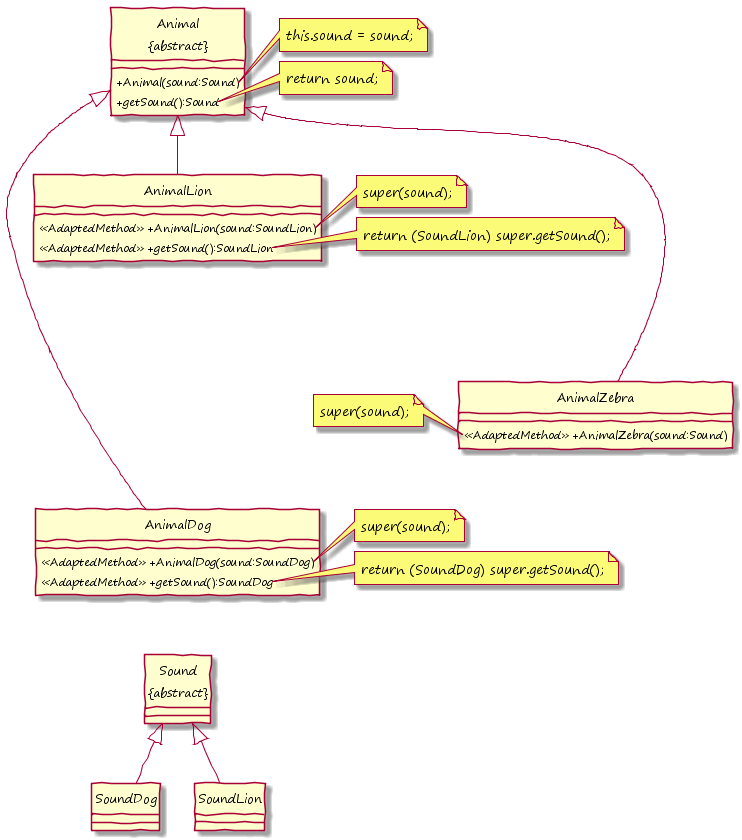
Above: images/PlantUML_Modification_Type_Out.png in KirstenZa/xtend-etai (PlantUML), before the change.
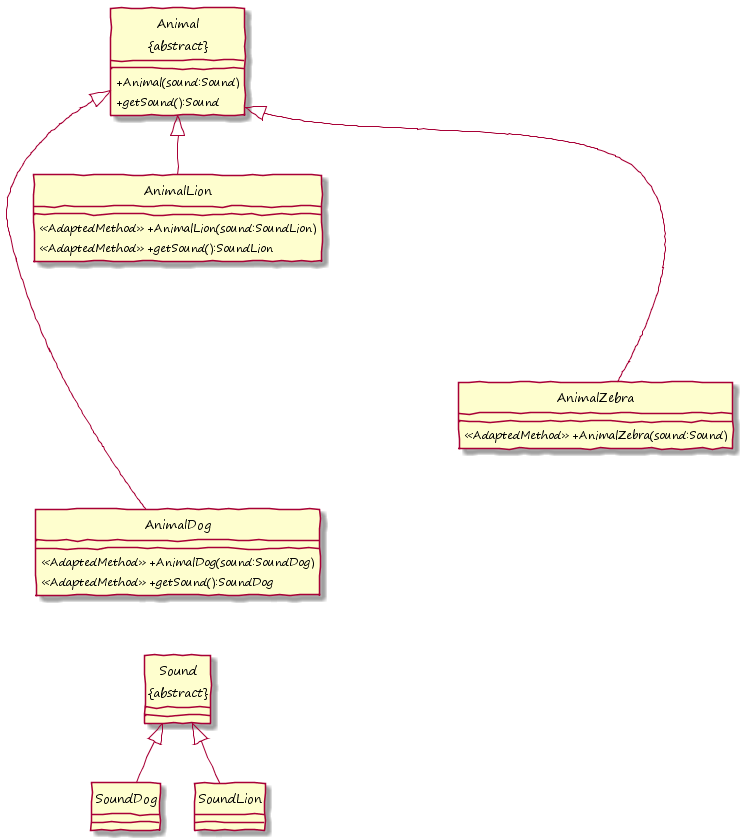
Later version of the same file.

Change to the diagram source:
```diff
@@ -39,31 +39,31 @@
 Animal <|-down- AnimalLion
 Animal <|--down-- AnimalZebra
 
-note right of Animal::Animal
+note right of Animal::Animal()
   this.sound = sound;
 end note
 
-note right of Animal::getSound
+note right of Animal::getSound()
   return sound;
 end note
 
-note right of AnimalDog::AnimalDog
+note right of AnimalDog::AnimalDog()
   super(sound);
 end note
 
-note right of AnimalDog::getSound
+note right of AnimalDog::getSound()
   return (SoundDog) super.getSound();
 end note
 
-note left of AnimalLion::AnimalLion
+note left of AnimalLion::AnimalLion()
   super(sound);
 end note
 
-note left of AnimalLion::getSound
+note left of AnimalLion::getSound()
   return (SoundLion) super.getSound();
 end note
 
-note left of AnimalZebra::AnimalZebra
+note left of AnimalZebra::AnimalZebra()
   super(sound);
 end note
 
```
